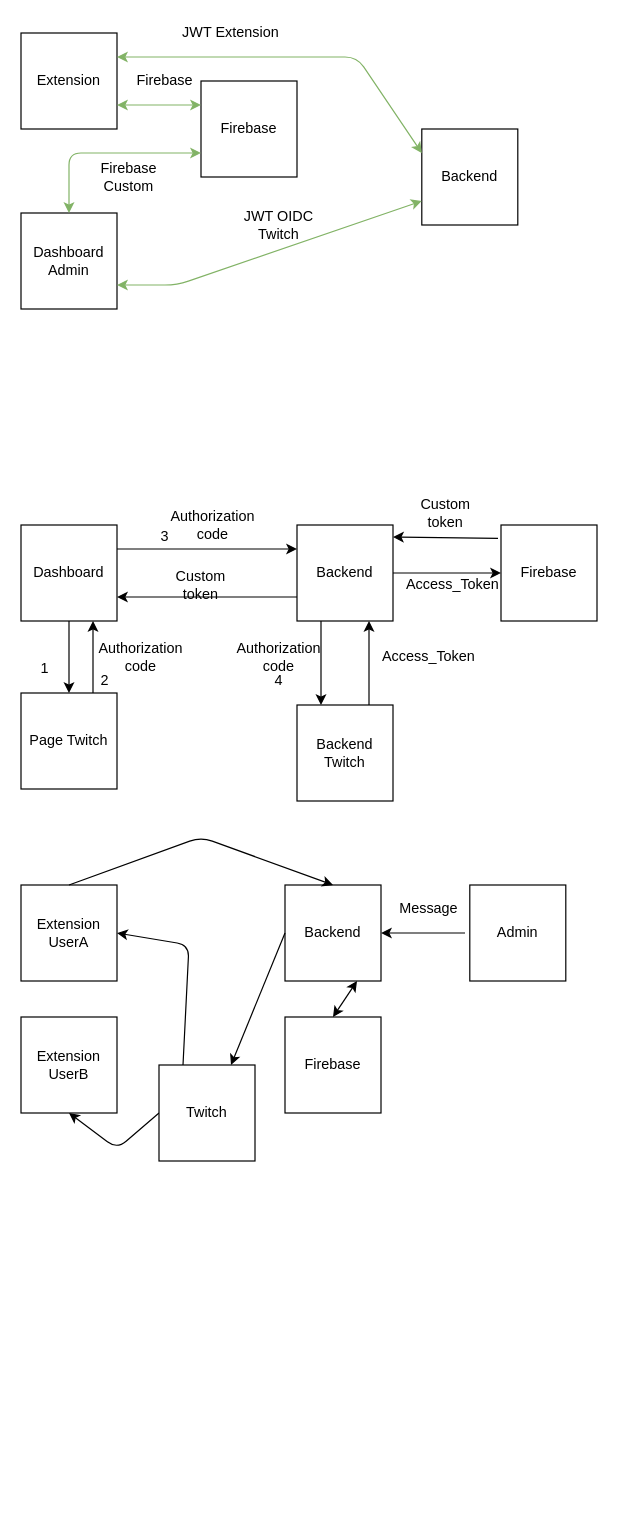
Above: diagram.dio in AurelieV/purple-orwel-fox (draw.io), before the change. Source tidied: cells renumbered, new cells numbered last; positions are measured from the earlier drawing's top-left corner, leaving out a move shared by most shapes. Both pictures are drawn from the tidied source at 120%, with x=0, y=0 at pixel (20, 20).
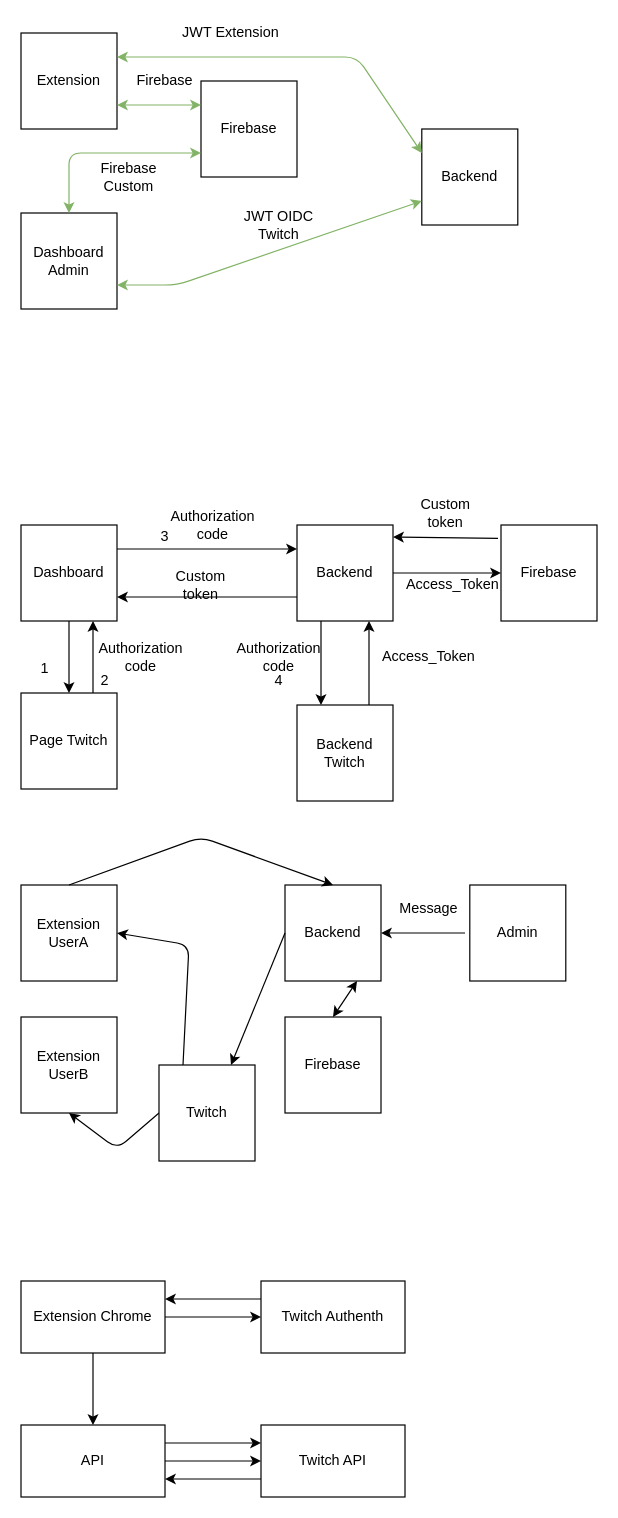
Above is the later version.

Change to the diagram source:
```diff
@@
+    <mxCell id="51" style="edgeStyle=orthogonalEdgeStyle;rounded=0;jettySize=auto;html=1;" parent="1" edge="1" source="52" target="53">
+      <mxGeometry relative="1" as="geometry" />
+    </mxCell>
+    <mxCell id="52" value="Extension Chrome" style="rounded=0;whiteSpace=wrap;html=1;" parent="1" vertex="1">
+      <mxGeometry y="1050" width="120" height="60" as="geometry" />
+    </mxCell>
+    <mxCell id="53" value="Twitch Authenth" style="rounded=0;whiteSpace=wrap;html=1;" parent="1" vertex="1">
+      <mxGeometry x="200" y="1050" width="120" height="60" as="geometry" />
+    </mxCell>
+    <mxCell id="54" style="endArrow=classic;html=1;exitX=0;exitY=0.25;exitDx=0;exitDy=0;entryX=1;entryY=0.25;entryDx=0;entryDy=0;" parent="1" edge="1" source="53" target="52">
+      <mxGeometry relative="1" as="geometry" />
+    </mxCell>
+    <mxCell id="55" value="API" style="rounded=0;whiteSpace=wrap;html=1;" parent="1" vertex="1">
+      <mxGeometry y="1170" width="120" height="60" as="geometry" />
+    </mxCell>
+    <mxCell id="56" style="endArrow=classic;html=1;exitX=0.5;exitY=1;exitDx=0;exitDy=0;entryX=0.5;entryY=0;entryDx=0;entryDy=0;" parent="1" edge="1" source="52" target="55">
+      <mxGeometry relative="1" as="geometry" />
+    </mxCell>
+    <mxCell id="57" value="Twitch API" style="rounded=0;whiteSpace=wrap;html=1;" parent="1" vertex="1">
+      <mxGeometry x="200" y="1170" width="120" height="60" as="geometry" />
+    </mxCell>
+    <mxCell id="58" style="endArrow=classic;html=1;exitX=1;exitY=0.5;exitDx=0;exitDy=0;entryX=0;entryY=0.5;entryDx=0;entryDy=0;" parent="1" edge="1" source="55" target="57">
+      <mxGeometry relative="1" as="geometry" />
+    </mxCell>
+    <mxCell id="59" style="endArrow=classic;html=1;exitX=0;exitY=0.75;exitDx=0;exitDy=0;entryX=1;entryY=0.75;entryDx=0;entryDy=0;" parent="1" edge="1" source="57" target="55">
+      <mxGeometry relative="1" as="geometry" />
+    </mxCell>
+    <mxCell id="60" style="endArrow=classic;html=1;exitX=1;exitY=0.25;exitDx=0;exitDy=0;entryX=0;entryY=0.25;entryDx=0;entryDy=0;" parent="1" edge="1" source="55" target="57">
+      <mxGeometry relative="1" as="geometry" />
+    </mxCell>
```
